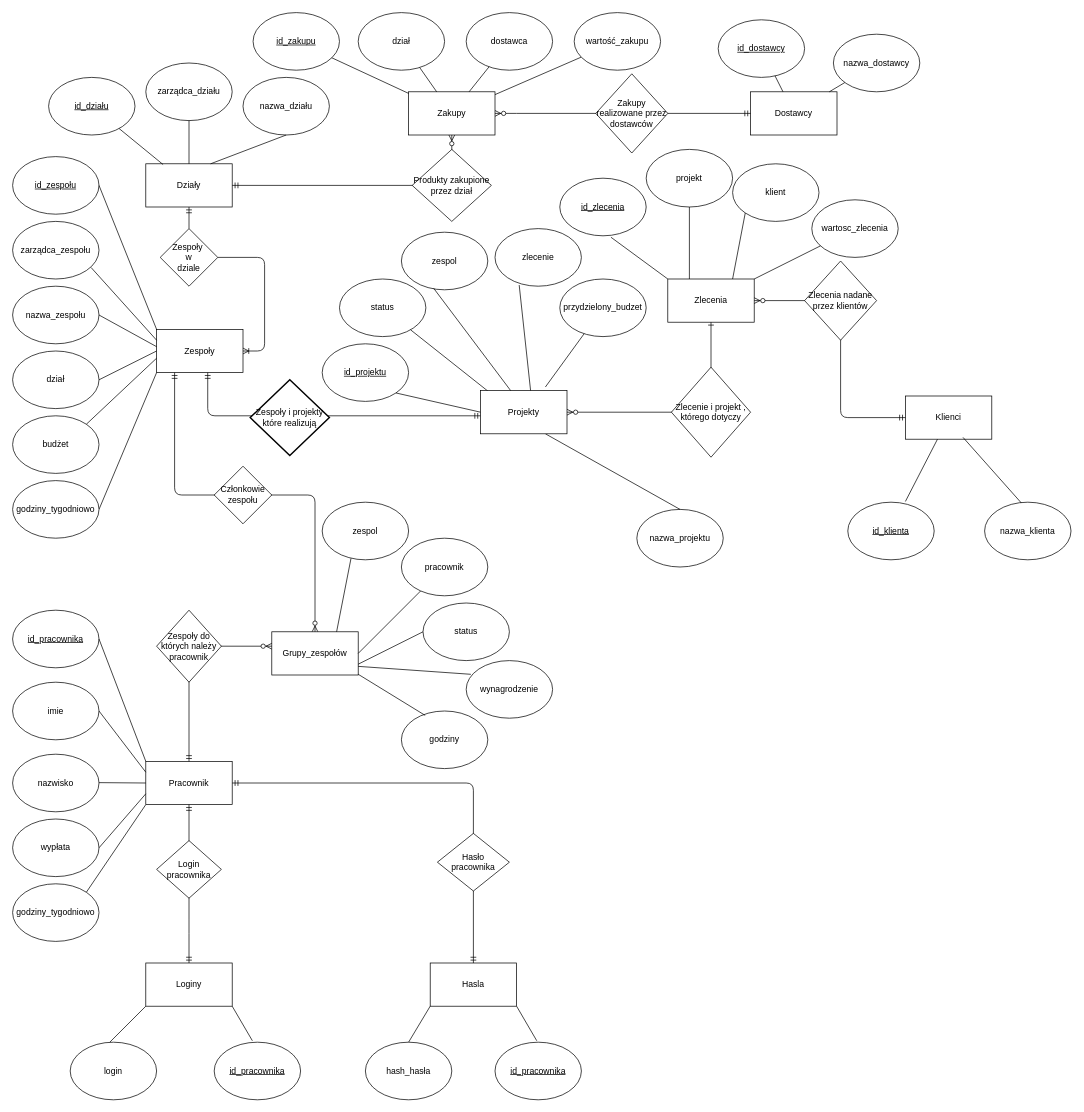
Earlier version of the draw.io diagram ER_diagram.drawio (Cebulllaaa/Bazy). Source tidied: cells renumbered, new cells numbered last; positions are measured from the earlier drawing's top-left corner, leaving out a move shared by most shapes. Both pictures are drawn from the tidied source at 72%, with x=0, y=0 at pixel (12, 12).
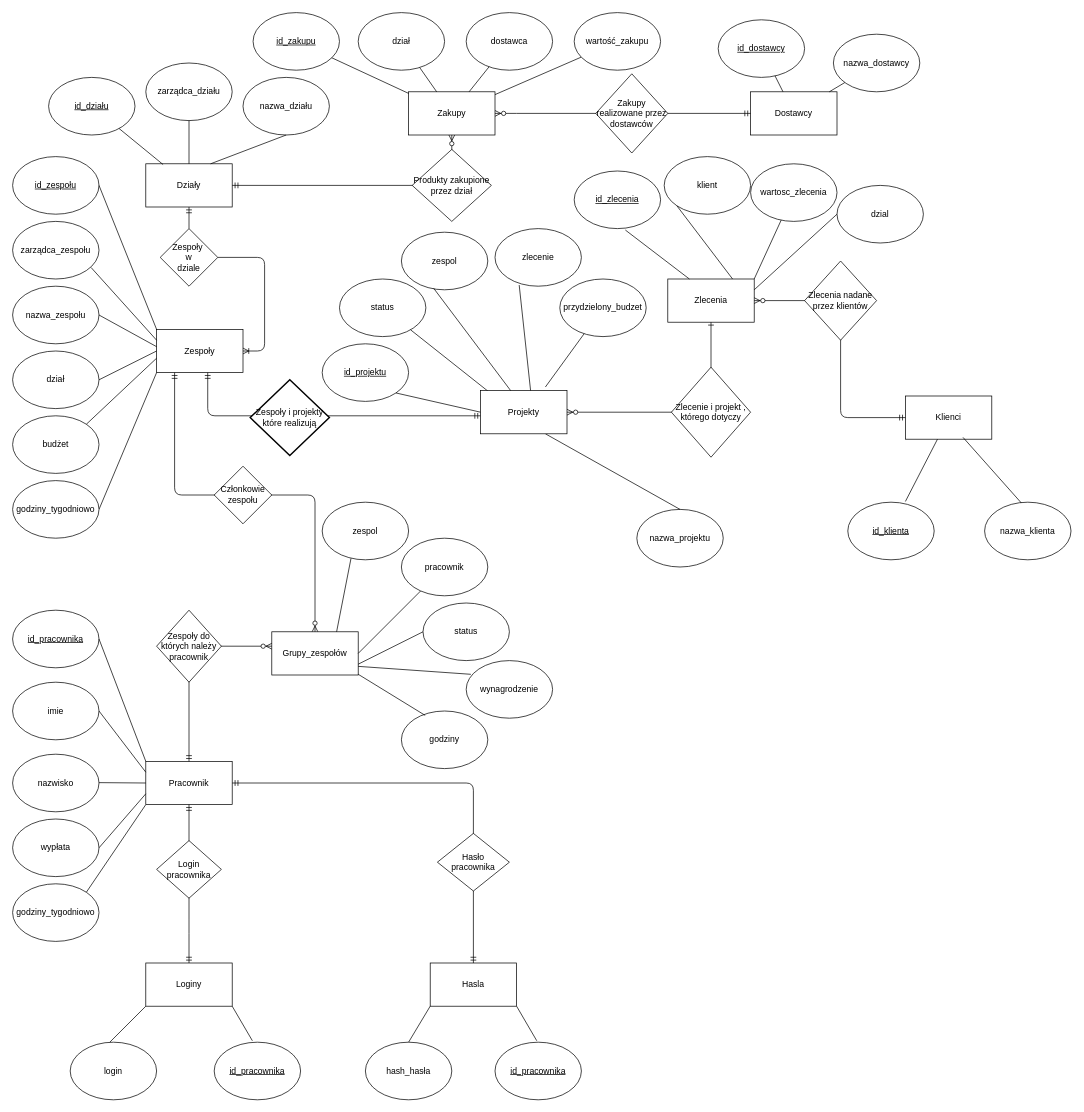
The same diagram, later.

The change refers to these unchanged cells:
```xml
<mxCell id="33" value="Zlecenia" style="rounded=0;whiteSpace=wrap;html=1;" parent="1" vertex="1">
  <mxGeometry x="910" y="370" width="120" height="60" as="geometry" />
</mxCell>
```

The edit, as a diff of the source:
```diff
@@
     <mxCell id="38" value="&lt;u&gt;id_zlecenia&lt;/u&gt;" style="ellipse;whiteSpace=wrap;html=1;" parent="1" vertex="1">
-      <mxGeometry x="760" y="230" width="120" height="80" as="geometry" />
+      <mxGeometry x="780" y="220" width="120" height="80" as="geometry" />
     </mxCell>
-    <mxCell id="39" style="endArrow=none;html=1;exitX=0;exitY=0;exitDx=0;exitDy=0;entryX=0.592;entryY=1.025;entryDx=0;entryDy=0;entryPerimeter=0;" parent="1" edge="1" source="33" target="38">
+    <mxCell id="39" style="endArrow=none;html=1;exitX=0.25;exitY=0;exitDx=0;exitDy=0;entryX=0.592;entryY=1.025;entryDx=0;entryDy=0;entryPerimeter=0;" parent="1" edge="1" source="33" target="38">
       <mxGeometry relative="1" as="geometry" />
     </mxCell>
-    <mxCell id="40" value="projekt" style="ellipse;whiteSpace=wrap;html=1;" parent="1" vertex="1">
-      <mxGeometry x="880" y="190" width="120" height="80" as="geometry" />
-    </mxCell>
     <mxCell id="41" value="klient" style="ellipse;whiteSpace=wrap;html=1;" parent="1" vertex="1">
-      <mxGeometry x="1000" y="210" width="120" height="80" as="geometry" />
+      <mxGeometry x="905" y="200" width="120" height="80" as="geometry" />
     </mxCell>
     <mxCell id="42" value="wartosc_zlecenia" style="ellipse;whiteSpace=wrap;html=1;" parent="1" vertex="1">
-      <mxGeometry x="1110" y="260" width="120" height="80" as="geometry" />
+      <mxGeometry x="1025" y="210" width="120" height="80" as="geometry" />
     </mxCell>
-    <mxCell id="43" style="endArrow=none;html=1;entryX=0.5;entryY=1;entryDx=0;entryDy=0;exitX=0.25;exitY=0;exitDx=0;exitDy=0;" parent="1" edge="1" source="33" target="40">
-      <mxGeometry relative="1" as="geometry" />
-    </mxCell>
@@
+    <mxCell id="116" value="dzial" style="ellipse;whiteSpace=wrap;html=1;" parent="1" vertex="1">
+      <mxGeometry x="1145" y="240" width="120" height="80" as="geometry" />
+    </mxCell>
+    <mxCell id="117" style="endArrow=none;html=1;exitX=1;exitY=0.25;exitDx=0;exitDy=0;entryX=0;entryY=0.5;entryDx=0;entryDy=0;" parent="1" edge="1" source="33" target="116">
+      <mxGeometry relative="1" as="geometry" />
+    </mxCell>
```
